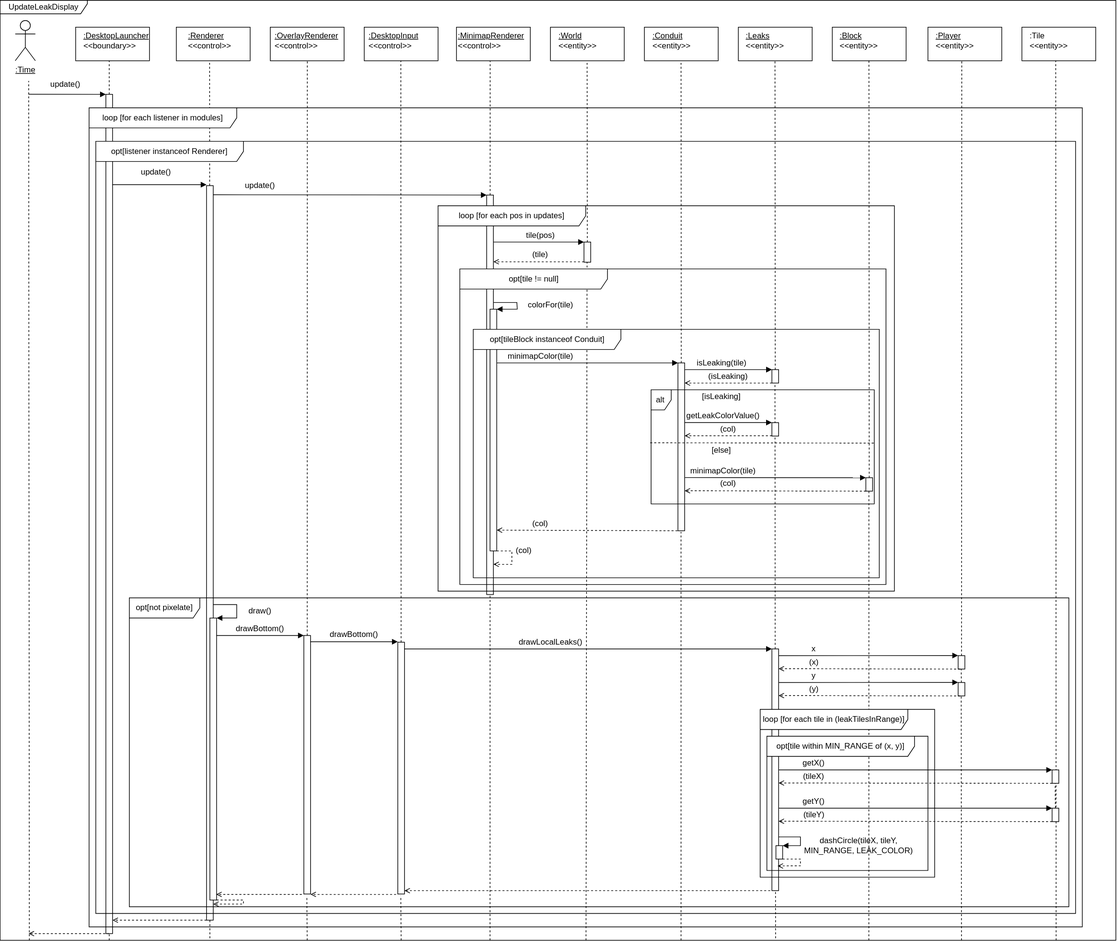
Earlier version of the draw.io export SE202526/Milestone3/UserStory2/assets/seqUpdateLeakDisplay.svg (gabits17/Mindustry-Add-ons-SE-Project). Source tidied: cells renumbered, new cells last; positions are measured from the earlier drawing's top-left corner, leaving out a move shared by most shapes.
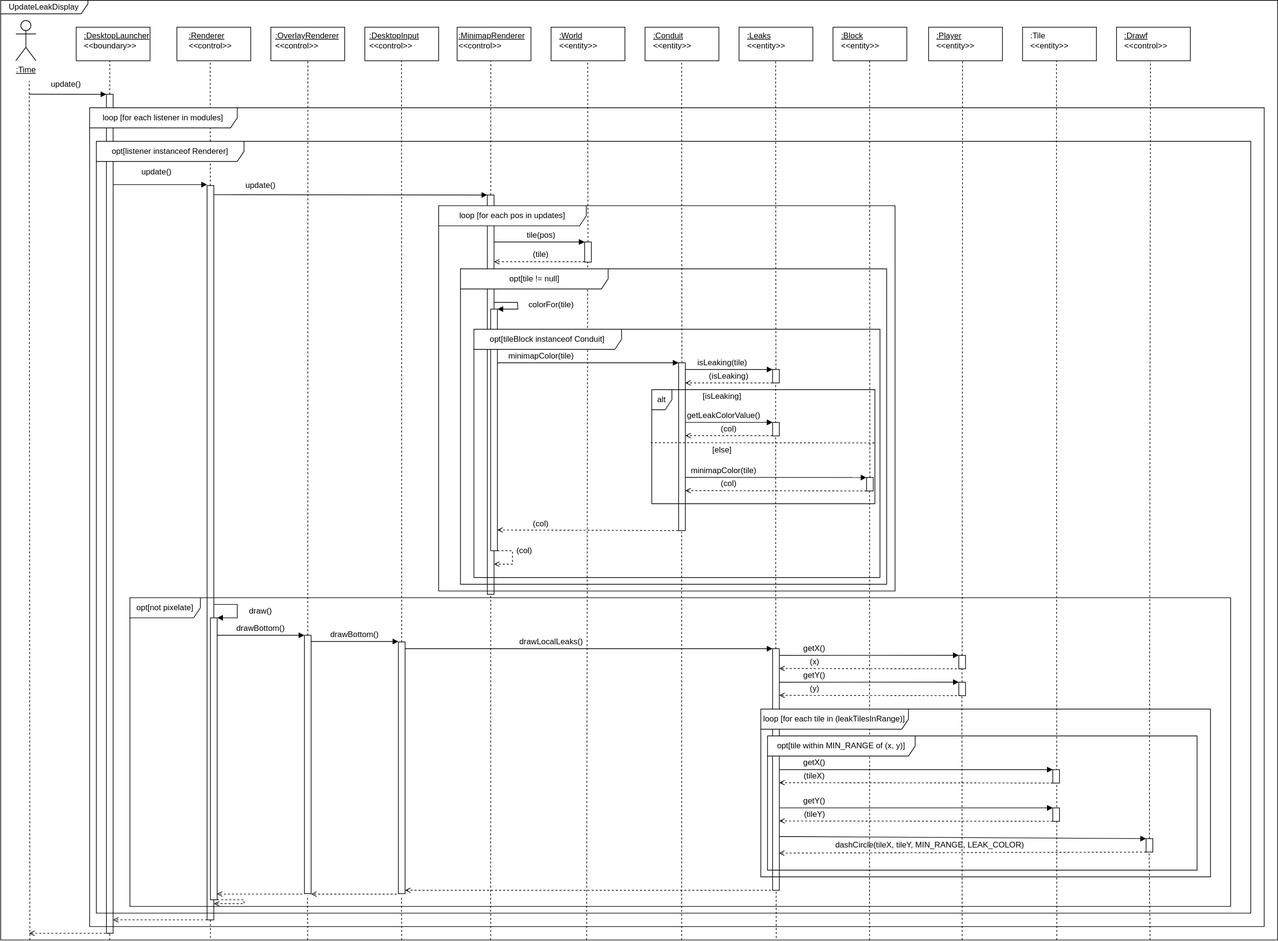
The same file after the commit.

Change to the diagram source:
```diff
@@ -66,7 +66,7 @@
       <mxGeometry x="167" y="241" width="130" height="30" as="geometry" />
     </mxCell>
     <mxCell id="19" value="UpdateLeakDisplay" style="shape=umlFrame;whiteSpace=wrap;html=1;width=130;height=20;" parent="1" vertex="1">
-      <mxGeometry x="-0.5" width="1662.5" height="1400" as="geometry" />
+      <mxGeometry x="-0.5" width="1902.5" height="1400" as="geometry" />
     </mxCell>
     <mxCell id="20" style="endArrow=none;dashed=1;html=1;rounded=0;entryX=0.5;entryY=1;entryDx=0;entryDy=0;" parent="1" edge="1" source="2">
       <mxGeometry relative="1" as="geometry">
@@ -82,10 +82,10 @@
       <mxGeometry x="157" y="140" width="10" height="1250" as="geometry" />
     </mxCell>
     <mxCell id="23" value="loop [for each listener in modules]" style="shape=umlFrame;whiteSpace=wrap;html=1;width=220;height=30;" parent="1" vertex="1">
-      <mxGeometry x="132" y="160" width="1480" height="1220" as="geometry" />
+      <mxGeometry x="132" y="160" width="1750" height="1220" as="geometry" />
     </mxCell>
     <mxCell id="24" value="opt[listener instanceof Renderer]" style="shape=umlFrame;whiteSpace=wrap;html=1;width=220;height=30;" parent="1" vertex="1">
-      <mxGeometry x="142" y="210" width="1460" height="1150" as="geometry" />
+      <mxGeometry x="142" y="210" width="1720" height="1150" as="geometry" />
     </mxCell>
     <mxCell id="25" style="endArrow=none;dashed=1;html=1;rounded=0;exitX=0.5;exitY=1;exitDx=0;exitDy=0;" parent="1" edge="1" source="2">
       <mxGeometry relative="1" as="geometry">
@@ -312,7 +312,7 @@
       <mxGeometry x="759.5" y="810" width="40" height="20" as="geometry" />
     </mxCell>
     <mxCell id="81" value="opt[not pixelate]" style="shape=umlFrame;whiteSpace=wrap;html=1;width=105;height=30;" parent="1" vertex="1">
-      <mxGeometry x="192" y="890" width="1400" height="460" as="geometry" />
+      <mxGeometry x="192" y="890" width="1640" height="460" as="geometry" />
     </mxCell>
     <mxCell id="82" style="endArrow=block;html=1;rounded=0;endFill=1;entryX=1;entryY=0;entryDx=0;entryDy=0;" parent="1" edge="1" target="3">
       <mxGeometry relative="1" as="geometry">
@@ -430,7 +430,7 @@
         <mxPoint x="1427" y="975.8" as="targetPoint" />
       </mxGeometry>
     </mxCell>
-    <mxCell id="110" value="x" style="text;html=1;whiteSpace=wrap;strokeColor=none;fillColor=none;align=center;verticalAlign=middle;rounded=0;" parent="1" vertex="1">
+    <mxCell id="110" value="getX()" style="text;html=1;whiteSpace=wrap;strokeColor=none;fillColor=none;align=center;verticalAlign=middle;rounded=0;" parent="1" vertex="1">
       <mxGeometry x="1202" y="956" width="20" height="20" as="geometry" />
     </mxCell>
     <mxCell id="111" style="endArrow=open;html=1;rounded=0;endFill=0;dashed=1;exitX=0;exitY=1;exitDx=0;exitDy=0;" parent="1" edge="1">
@@ -448,7 +448,7 @@
         <mxPoint x="1427" y="1015.8" as="targetPoint" />
       </mxGeometry>
     </mxCell>
-    <mxCell id="114" value="y" style="text;html=1;whiteSpace=wrap;strokeColor=none;fillColor=none;align=center;verticalAlign=middle;rounded=0;" parent="1" vertex="1">
+    <mxCell id="114" value="getY()" style="text;html=1;whiteSpace=wrap;strokeColor=none;fillColor=none;align=center;verticalAlign=middle;rounded=0;" parent="1" vertex="1">
       <mxGeometry x="1202" y="996" width="20" height="20" as="geometry" />
     </mxCell>
     <mxCell id="115" style="endArrow=open;html=1;rounded=0;endFill=0;dashed=1;exitX=0;exitY=1;exitDx=0;exitDy=0;" parent="1" edge="1">
@@ -461,10 +461,10 @@
       <mxGeometry x="1174.5" y="1016" width="75" height="20" as="geometry" />
     </mxCell>
     <mxCell id="117" value="loop [for each tile in (leakTilesInRange)]" style="shape=umlFrame;whiteSpace=wrap;html=1;width=220;height=30;" parent="1" vertex="1">
-      <mxGeometry x="1132" y="1056" width="260" height="250" as="geometry" />
+      <mxGeometry x="1132" y="1056" width="670" height="250" as="geometry" />
     </mxCell>
     <mxCell id="118" value="opt[tile within MIN_RANGE of (x, y)]" style="shape=umlFrame;whiteSpace=wrap;html=1;width=220;height=30;" parent="1" vertex="1">
-      <mxGeometry x="1142" y="1096" width="240" height="200" as="geometry" />
+      <mxGeometry x="1142" y="1096" width="640" height="200" as="geometry" />
     </mxCell>
     <mxCell id="119" value="&lt;div style=&quot;text-align: left;&quot;&gt;&lt;br&gt;&lt;/div&gt;" style="rounded=0;whiteSpace=wrap;html=1;" parent="1" vertex="1">
       <mxGeometry x="1522" y="40" width="110" height="50" as="geometry" />
@@ -478,9 +478,6 @@
         <mxPoint x="1572.5" y="90" as="targetPoint" />
       </mxGeometry>
     </mxCell>
-    <mxCell id="122" style="endArrow=none;dashed=1;html=1;rounded=0;entryX=0.456;entryY=1.007;entryDx=0;entryDy=0;entryPerimeter=0;" parent="1" edge="1" source="124" target="123">
-      <mxGeometry relative="1" as="geometry" />
-    </mxCell>
     <mxCell id="123" style="rounded=0;whiteSpace=wrap;html=1;" parent="1" vertex="1">
       <mxGeometry x="1567" y="1146.2" width="10" height="20" as="geometry" />
     </mxCell>
@@ -519,29 +516,19 @@
     <mxCell id="132" value="(tileX)" style="text;html=1;whiteSpace=wrap;strokeColor=none;fillColor=none;align=center;verticalAlign=middle;rounded=0;" parent="1" vertex="1">
       <mxGeometry x="1202" y="1146.2" width="20" height="20" as="geometry" />
     </mxCell>
-    <mxCell id="133" style="endArrow=block;html=1;rounded=0;endFill=1;entryX=1;entryY=0;entryDx=0;entryDy=0;" parent="1" edge="1" target="135">
+    <mxCell id="133" style="endArrow=block;html=1;rounded=0;endFill=1;entryX=0;entryY=0;entryDx=0;entryDy=0;" parent="1" edge="1" target="135">
       <mxGeometry relative="1" as="geometry">
         <mxPoint x="1159.5" y="1246" as="sourcePoint" />
         <Array as="points">
           <mxPoint x="1192" y="1246" />
-          <mxPoint x="1192" y="1259" />
         </Array>
       </mxGeometry>
     </mxCell>
     <mxCell id="134" value="dashCircle(tileX, tileY, MIN_RANGE, LEAK_COLOR)" style="text;html=1;whiteSpace=wrap;strokeColor=none;fillColor=none;align=center;verticalAlign=middle;rounded=0;" parent="1" vertex="1">
-      <mxGeometry x="1194.5" y="1249" width="167.5" height="20" as="geometry" />
+      <mxGeometry x="1194.5" y="1249" width="377.5" height="20" as="geometry" />
     </mxCell>
-    <mxCell id="135" style="rounded=0;whiteSpace=wrap;html=1;" parent="1" vertex="1">
-      <mxGeometry x="1155.5" y="1259" width="10" height="20" as="geometry" />
-    </mxCell>
-    <mxCell id="136" style="endArrow=open;html=1;rounded=0;endFill=0;dashed=1;entryX=0.85;entryY=0.898;entryDx=0;entryDy=0;entryPerimeter=0;exitX=1;exitY=1;exitDx=0;exitDy=0;" parent="1" edge="1" target="99">
-      <mxGeometry relative="1" as="geometry">
-        <mxPoint x="1165.5" y="1279" as="sourcePoint" />
-        <Array as="points">
-          <mxPoint x="1192" y="1279" />
-          <mxPoint x="1192" y="1289" />
-        </Array>
-      </mxGeometry>
+    <mxCell id="136" style="endArrow=open;html=1;rounded=0;endFill=0;dashed=1;entryX=0.953;entryY=0.846;entryDx=0;entryDy=0;entryPerimeter=0;exitX=0;exitY=1;exitDx=0;exitDy=0;" parent="1" edge="1" source="135" target="99">
+      <mxGeometry relative="1" as="geometry" />
     </mxCell>
     <mxCell id="137" style="endArrow=open;html=1;rounded=0;endFill=0;entryX=0;entryY=0;entryDx=0;entryDy=0;dashed=1;" parent="1" edge="1">
       <mxGeometry relative="1" as="geometry">
@@ -581,5 +568,24 @@
         <mxPoint x="42" y="1390" as="targetPoint" />
       </mxGeometry>
     </mxCell>
+    <mxCell id="143" value="&lt;div style=&quot;text-align: left;&quot;&gt;&lt;br&gt;&lt;/div&gt;" style="rounded=0;whiteSpace=wrap;html=1;" parent="1" vertex="1">
+      <mxGeometry x="1662" y="40" width="110" height="50" as="geometry" />
+    </mxCell>
+    <mxCell id="144" style="endArrow=none;dashed=1;html=1;rounded=0;entryX=0.456;entryY=1.007;entryDx=0;entryDy=0;entryPerimeter=0;" parent="1" edge="1" source="135">
+      <mxGeometry relative="1" as="geometry">
+        <mxPoint x="1712.5" y="90" as="targetPoint" />
+      </mxGeometry>
+    </mxCell>
+    <mxCell id="145" value="&lt;div style=&quot;&quot;&gt;&lt;div&gt;&lt;u&gt;:Drawf&lt;/u&gt;&lt;/div&gt;&lt;div&gt;&amp;lt;&amp;lt;control&amp;gt;&amp;gt;&lt;/div&gt;&lt;/div&gt;" style="text;html=1;whiteSpace=wrap;strokeColor=none;fillColor=none;align=left;verticalAlign=middle;rounded=0;" parent="1" vertex="1">
+      <mxGeometry x="1672" y="45" width="60" height="30" as="geometry" />
+    </mxCell>
+    <mxCell id="146" style="endArrow=none;dashed=1;html=1;rounded=0;entryX=0.456;entryY=1.007;entryDx=0;entryDy=0;entryPerimeter=0;" parent="1" edge="1" target="135">
+      <mxGeometry relative="1" as="geometry">
+        <mxPoint x="1712" y="1400" as="sourcePoint" />
+      </mxGeometry>
+    </mxCell>
+    <mxCell id="135" style="rounded=0;whiteSpace=wrap;html=1;" parent="1" vertex="1">
+      <mxGeometry x="1706" y="1249" width="10" height="20" as="geometry" />
+    </mxCell>
   </root>
 </mxGraphModel>
```
